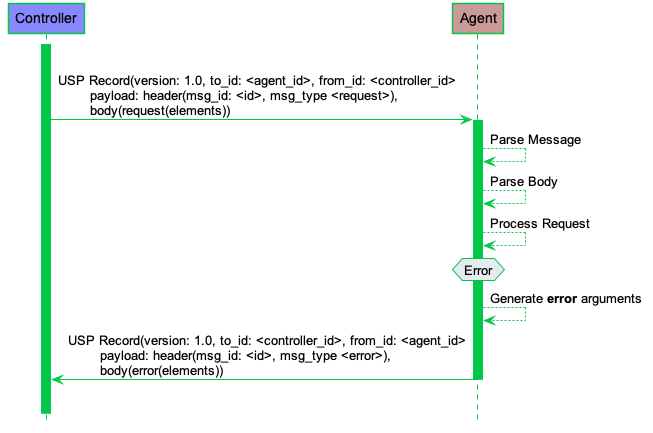
This is docs/specification/messages/error_response.png from BroadbandForum/usp, a PlantUML export, as it was before one commit. The source it was exported from:
```plantuml
@startuml



hide circle
hide empty description
hide footbox

skinparam backgroundColor Transparent
skinparam defaultFontName arial
skinparam shadowing false

skinparam arrowColor #00c749

skinparam Class {
  backgroundColor Transparent
  borderColor #00c749
  borderThickness 1
}

skinparam Activity {
  backgroundColor Transparent
  borderColor #00c749
  DiamondBackgroundColor White
  DiamondBorderColor #00c749
}

skinparam Object {
  backgroundColor Transparent
  borderColor #00c749
}

skinparam Component {
  backgroundColor Transparent
  borderColor #00c749
}

skinparam Interface {
  backgroundColor Transparent
  borderColor #00c749
}

skinparam Note {
  backgroundColor #e6ebef
  borderColor #00c749
}

skinparam Package {
  backgroundColor Transparent
  fontSize 11
  fontStyle normal
  borderColor #00c749
}

skinparam Sequence {
  actorBorderColor #135056
  boxBackgroundColor WhiteSmoke
  boxBorderColor #ccd4e1
  groupBorderColor #135056
  groupBackgroundColor #ccd4e1
  lifeLineBorderColor #00c749
  lifeLineBackgroundColor #00c749
  participantBackgroundColor #00c749
  participantBorderColor #00c749
}

skinparam State {
  backgroundColor Transparent
  borderColor #00c749
}

hide footbox


participant "Controller" as C #8888FF

participant "Agent" as A #cc9999


activate C
|||

C -> A: USP Record(version: 1.0, to_id: <agent_id>, from_id: <controller_id>\n\tpayload: header(msg_id: <id>, msg_type <request>),\n\tbody(request(elements))


activate A
A-->A: Parse Message

A-->A: Parse Body

A-->A: Process Request

hnote over A : Error

A-->A: Generate **error** arguments


A->C: USP Record(version: 1.0, to_id: <controller_id>, from_id: <agent_id>\n\tpayload: header(msg_id: <id>, msg_type <error>),\n\tbody(error(elements))

deactivate A
|||

@enduml
```
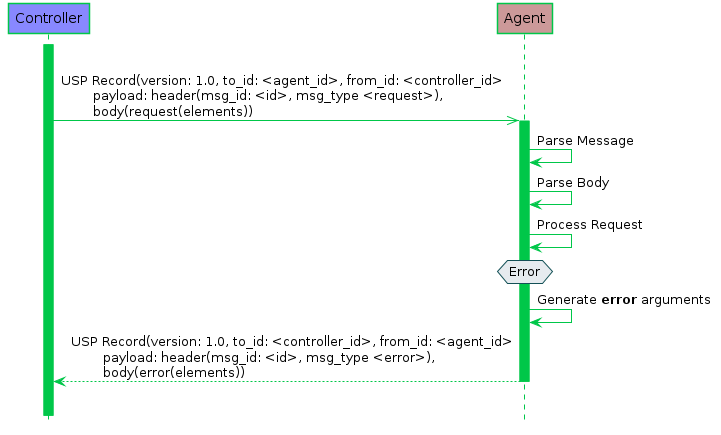
After the change.

The edit, as a diff of the source:
```diff
@@ -1,4 +1,5 @@
 @startuml
+
 
 
 
@@ -6,47 +7,47 @@
 hide empty description
 hide footbox
 
-skinparam backgroundColor Transparent
+skinparam backgroundColor undefined
 skinparam defaultFontName arial
 skinparam shadowing false
 
 skinparam arrowColor #00c749
 
 skinparam Class {
-  backgroundColor Transparent
+  backgroundColor undefined
   borderColor #00c749
   borderThickness 1
 }
 
 skinparam Activity {
-  backgroundColor Transparent
+  backgroundColor undefined
   borderColor #00c749
-  DiamondBackgroundColor White
+  DiamondBackgroundColor undefined
   DiamondBorderColor #00c749
 }
 
 skinparam Object {
-  backgroundColor Transparent
+  backgroundColor undefined
   borderColor #00c749
 }
 
 skinparam Component {
-  backgroundColor Transparent
+  backgroundColor undefined
   borderColor #00c749
 }
 
 skinparam Interface {
-  backgroundColor Transparent
+  backgroundColor undefined
   borderColor #00c749
 }
 
 skinparam Note {
   backgroundColor #e6ebef
-  borderColor #00c749
+  borderColor #135056
 }
 
 skinparam Package {
-  backgroundColor Transparent
+  backgroundColor undefined
   fontSize 11
   fontStyle normal
   borderColor #00c749
@@ -65,7 +66,7 @@
 }
 
 skinparam State {
-  backgroundColor Transparent
+  backgroundColor undefined
   borderColor #00c749
 }
 
@@ -80,22 +81,22 @@
 activate C
 |||
 
-C -> A: USP Record(version: 1.0, to_id: <agent_id>, from_id: <controller_id>\n\tpayload: header(msg_id: <id>, msg_type <request>),\n\tbody(request(elements))
+C ->> A: USP Record(version: 1.0, to_id: <agent_id>, from_id: <controller_id>\n\tpayload: header(msg_id: <id>, msg_type <request>),\n\tbody(request(elements))
 
 
 activate A
-A-->A: Parse Message
+A->A: Parse Message
 
-A-->A: Parse Body
+A->A: Parse Body
 
-A-->A: Process Request
+A->A: Process Request
 
 hnote over A : Error
 
-A-->A: Generate **error** arguments
+A->A: Generate **error** arguments
 
 
-A->C: USP Record(version: 1.0, to_id: <controller_id>, from_id: <agent_id>\n\tpayload: header(msg_id: <id>, msg_type <error>),\n\tbody(error(elements))
+A-->C: USP Record(version: 1.0, to_id: <controller_id>, from_id: <agent_id>\n\tpayload: header(msg_id: <id>, msg_type <error>),\n\tbody(error(elements))
 
 deactivate A
 |||
```
